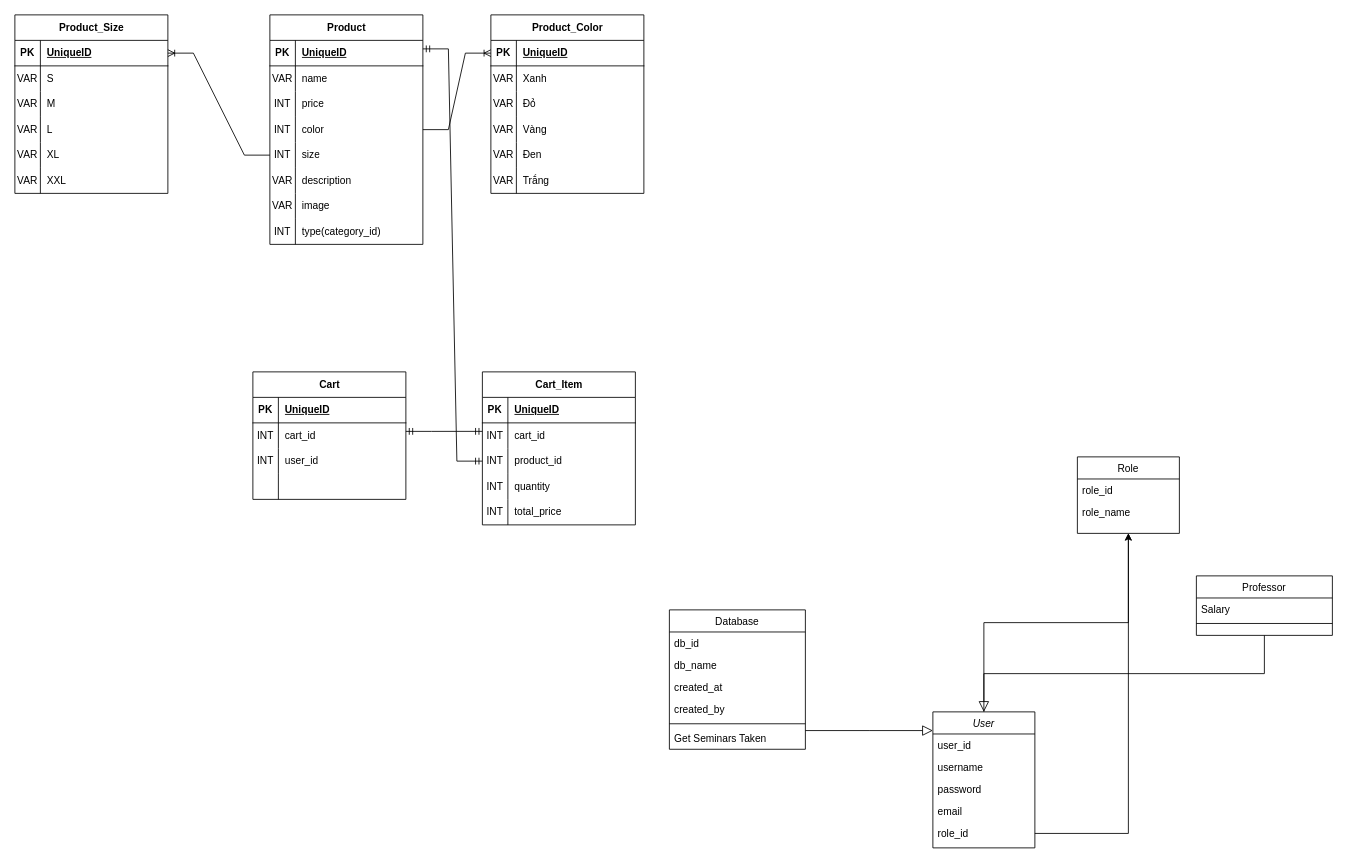
This is Dự án 1 - Nhóm 1.drawio from ShiroNeee/du_an_1, a draw.io file, before an edit. Source tidied: cells renumbered, new cells numbered last; positions are measured from the earlier drawing's top-left corner, leaving out a move shared by most shapes. Both pictures are drawn from the tidied source at 85%, with x=0, y=0 at pixel (14, 14).
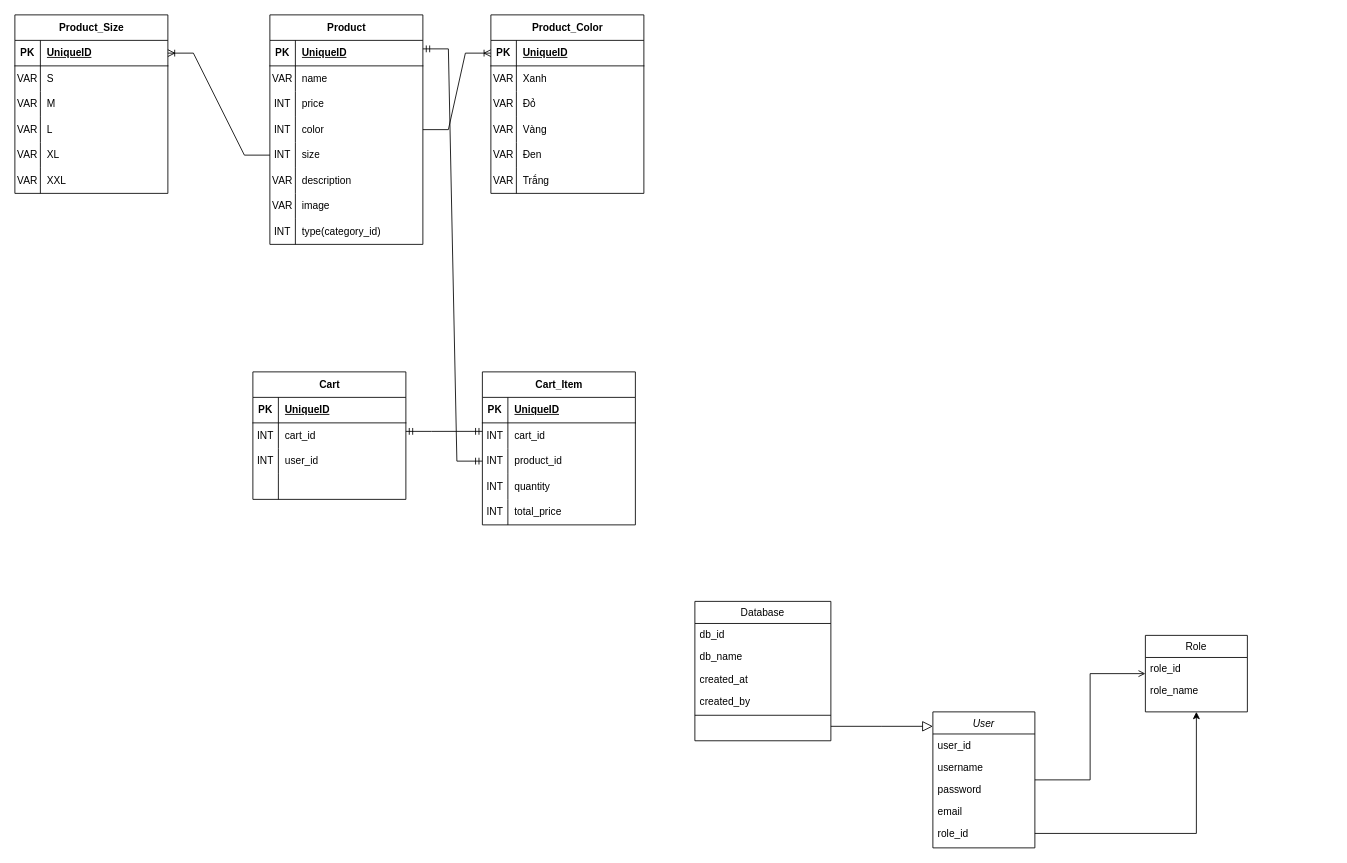
The same diagram, later.

Commit message (it also covers changes not shown here):
Cập nhật Dự án 1 - Nhóm 1.drawio

The change refers to these unchanged cells:
```xml
<mxCell id="2" value="User" style="swimlane;fontStyle=2;align=center;verticalAlign=top;horizontal=1;startSize=26;rounded=0;shadow=0;strokeWidth=1;labelBackgroundColor=none;" parent="1" vertex="1">
  <mxGeometry x="1080" y="820" width="120" height="160" as="geometry" />
</mxCell>
```

Change to the diagram source:
```diff
@@
     <mxCell id="8" value="Database" style="swimlane;fontStyle=0;align=center;verticalAlign=top;horizontal=1;startSize=26;rounded=0;shadow=0;strokeWidth=1;labelBackgroundColor=none;" parent="1" vertex="1">
-      <mxGeometry x="770" y="700" width="160" height="164" as="geometry" />
+      <mxGeometry x="800" y="690" width="160" height="164" as="geometry" />
     </mxCell>
@@
-    <mxCell id="14" value="Get Seminars Taken" style="text;align=left;verticalAlign=top;spacingLeft=4;spacingRight=4;overflow=hidden;labelBackgroundColor=none;" parent="8" vertex="1">
-      <mxGeometry y="138" width="160" height="26" as="geometry" />
-    </mxCell>
@@
-    <mxCell id="16" value="Professor" style="swimlane;fontStyle=0;align=center;verticalAlign=top;horizontal=1;startSize=26;rounded=0;shadow=0;strokeWidth=1;labelBackgroundColor=none;" parent="1" vertex="1">
-      <mxGeometry x="1390" y="660" width="160" height="70" as="geometry" />
-    </mxCell>
-    <mxCell id="17" value="Salary" style="text;align=left;verticalAlign=top;spacingLeft=4;spacingRight=4;overflow=hidden;labelBackgroundColor=none;" parent="16" vertex="1">
-      <mxGeometry y="26" width="160" height="26" as="geometry" />
-    </mxCell>
-    <mxCell id="18" style="line;html=1;strokeWidth=1;align=left;verticalAlign=middle;spacingTop=-1;spacingLeft=3;spacingRight=3;labelPosition=right;labelBackgroundColor=none;" parent="16" vertex="1">
-      <mxGeometry y="52" width="160" height="8" as="geometry" />
-    </mxCell>
-    <mxCell id="19" style="endArrow=block;endSize=10;endFill=0;shadow=0;strokeWidth=1;rounded=0;curved=0;edgeStyle=elbowEdgeStyle;elbow=vertical;labelBackgroundColor=none;fontColor=default;" parent="1" edge="1" source="16" target="2">
-      <mxGeometry relative="1" as="geometry" />
-    </mxCell>
     <mxCell id="20" value="Role" style="swimlane;fontStyle=0;align=center;verticalAlign=top;horizontal=1;startSize=26;rounded=0;shadow=0;strokeWidth=1;labelBackgroundColor=none;" parent="1" vertex="1">
-      <mxGeometry x="1250" y="520" width="120" height="90" as="geometry" />
+      <mxGeometry x="1330" y="730" width="120" height="90" as="geometry" />
     </mxCell>
```
